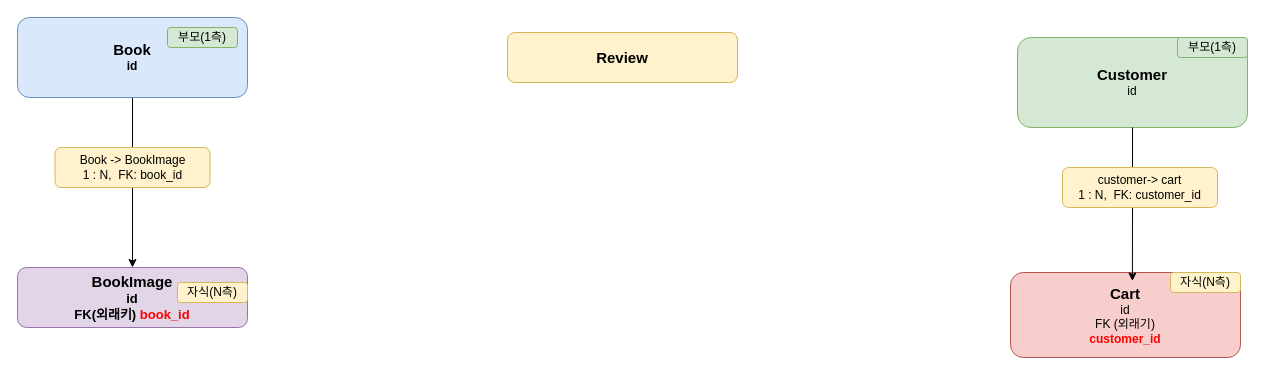
Earlier version of the draw.io diagram page "엔티티와 엔티티 관계 표시" (3 of 4) of Phase4_Spring/02_SpringNote/HomeTOP 프로젝트 가이드.drawio (jfbootcamp/jf-job-prep-bootcamp). Source tidied: cells renumbered, new cells numbered last; positions are measured from the earlier drawing's top-left corner, leaving out a move shared by most shapes. Both pictures are drawn from the tidied source at 100%, with x=0, y=0 at pixel (17, 17).
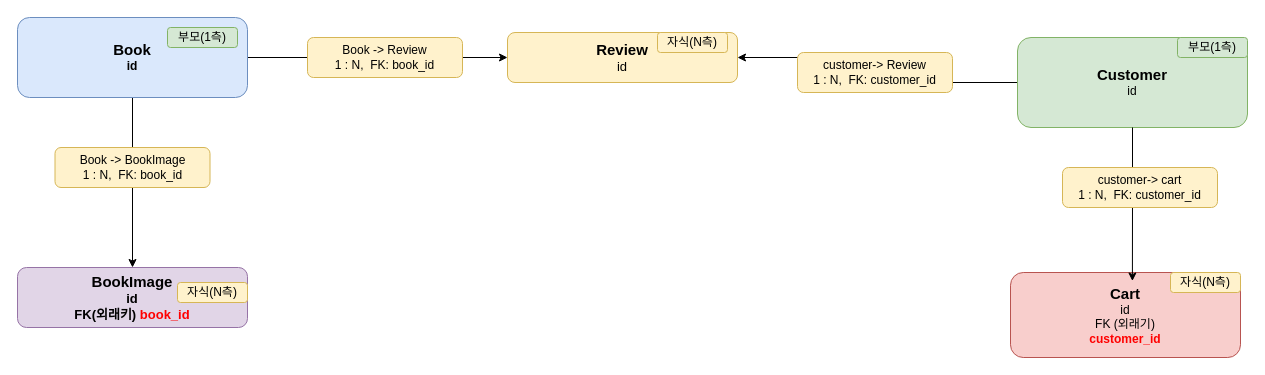
After the change.

Change to the diagram source:
```diff
@@
 <mxGraphModel>
   <root>
     <mxCell id="0" />
     <mxCell id="1" parent="0" />
     <mxCell id="2" style="edgeStyle=orthogonalEdgeStyle;rounded=0;jettySize=auto;html=1;entryX=0.5;entryY=0;entryDx=0;entryDy=0;" parent="1" edge="1" source="3" target="5">
       <mxGeometry relative="1" as="geometry" />
     </mxCell>
+    <mxCell id="15" style="edgeStyle=orthogonalEdgeStyle;rounded=0;jettySize=auto;html=1;entryX=0;entryY=0.5;entryDx=0;entryDy=0;" parent="1" edge="1" source="3" target="7">
+      <mxGeometry relative="1" as="geometry" />
+    </mxCell>
     <mxCell id="3" value="&lt;b&gt;&lt;font style=&quot;font-size: 15px;&quot;&gt;Book&lt;/font&gt;&lt;/b&gt;&lt;div&gt;&lt;b&gt;&lt;font&gt;id&lt;/font&gt;&lt;/b&gt;&lt;/div&gt;" style="rounded=1;whiteSpace=wrap;html=1;fillColor=#dae8fc;strokeColor=#6c8ebf;" parent="1" vertex="1">
       <mxGeometry width="230" height="80" as="geometry" />
     </mxCell>
+    <mxCell id="16" style="edgeStyle=orthogonalEdgeStyle;rounded=0;jettySize=auto;html=1;entryX=1;entryY=0.5;entryDx=0;entryDy=0;" parent="1" edge="1" source="4" target="7">
+      <mxGeometry relative="1" as="geometry" />
+    </mxCell>
     <mxCell id="4" value="&lt;b&gt;&lt;font style=&quot;font-size: 15px;&quot;&gt;Customer&lt;/font&gt;&lt;/b&gt;&lt;div&gt;&lt;font style=&quot;&quot;&gt;id&lt;/font&gt;&lt;/div&gt;" style="rounded=1;whiteSpace=wrap;html=1;fillColor=#d5e8d4;strokeColor=#82b366;" parent="1" vertex="1">
       <mxGeometry x="1000" y="20" width="230" height="90" as="geometry" />
     </mxCell>
     <mxCell id="5" value="&lt;b&gt;&lt;font style=&quot;font-size: 15px;&quot;&gt;BookImage&lt;/font&gt;&lt;/b&gt;&lt;div&gt;&lt;b&gt;&lt;font style=&quot;font-size: 13px;&quot;&gt;id&lt;/font&gt;&lt;/b&gt;&lt;/div&gt;&lt;div&gt;&lt;b&gt;&lt;font style=&quot;font-size: 13px;&quot;&gt;FK(외래키) &lt;font style=&quot;color: rgb(255, 0, 0);&quot;&gt;book_id&lt;/font&gt;&lt;/font&gt;&lt;/b&gt;&lt;/div&gt;" style="rounded=1;whiteSpace=wrap;html=1;fillColor=#e1d5e7;strokeColor=#9673a6;" parent="1" vertex="1">
       <mxGeometry y="250" width="230" height="60" as="geometry" />
     </mxCell>
     <mxCell id="6" value="&lt;b&gt;&lt;font style=&quot;font-size: 15px;&quot;&gt;Cart&lt;/font&gt;&lt;/b&gt;&lt;div&gt;&lt;font&gt;id&lt;/font&gt;&lt;/div&gt;&lt;div&gt;FK (외래기)&lt;/div&gt;&lt;div&gt;&lt;font style=&quot;color: rgb(255, 0, 0);&quot;&gt;&lt;b&gt;customer_id&lt;/b&gt;&lt;/font&gt;&lt;/div&gt;" style="rounded=1;whiteSpace=wrap;html=1;fillColor=#f8cecc;strokeColor=#b85450;" parent="1" vertex="1">
       <mxGeometry x="993" y="255" width="230" height="85" as="geometry" />
     </mxCell>
-    <mxCell id="7" value="&lt;b&gt;&lt;font style=&quot;font-size: 15px;&quot;&gt;Review&lt;/font&gt;&lt;/b&gt;" style="rounded=1;whiteSpace=wrap;html=1;fillColor=#fff2cc;strokeColor=#d6b656;" parent="1" vertex="1">
+    <mxCell id="7" value="&lt;b&gt;&lt;font style=&quot;font-size: 15px;&quot;&gt;Review&lt;/font&gt;&lt;/b&gt;&lt;div&gt;&lt;font style=&quot;font-size: 13px;&quot;&gt;id&lt;/font&gt;&lt;/div&gt;" style="rounded=1;whiteSpace=wrap;html=1;fillColor=#fff2cc;strokeColor=#d6b656;" parent="1" vertex="1">
       <mxGeometry x="490" y="15" width="230" height="50" as="geometry" />
     </mxCell>
     <mxCell id="8" value="부모(1측)" style="rounded=1;whiteSpace=wrap;html=1;fillColor=#d5e8d4;strokeColor=#82b366;" parent="1" vertex="1">
       <mxGeometry x="150" y="10" width="70" height="20" as="geometry" />
     </mxCell>
     <mxCell id="9" value="자식(N측)" style="rounded=1;whiteSpace=wrap;html=1;fillColor=#fff2cc;strokeColor=#d6b656;" parent="1" vertex="1">
       <mxGeometry x="160" y="265" width="70" height="20" as="geometry" />
     </mxCell>
     <mxCell id="10" value="Book -&amp;gt; BookImage&lt;div&gt;1 : N,&amp;nbsp; FK: book_id&lt;/div&gt;" style="rounded=1;whiteSpace=wrap;html=1;fillColor=#fff2cc;strokeColor=#d6b656;" parent="1" vertex="1">
       <mxGeometry x="37.5" y="130" width="155" height="40" as="geometry" />
     </mxCell>
     <mxCell id="11" value="부모(1측)" style="rounded=1;whiteSpace=wrap;html=1;fillColor=#d5e8d4;strokeColor=#82b366;" parent="1" vertex="1">
       <mxGeometry x="1160" y="20" width="70" height="20" as="geometry" />
     </mxCell>
     <mxCell id="12" value="자식(N측)" style="rounded=1;whiteSpace=wrap;html=1;fillColor=#fff2cc;strokeColor=#d6b656;" parent="1" vertex="1">
       <mxGeometry x="1153" y="255" width="70" height="20" as="geometry" />
     </mxCell>
     <mxCell id="13" style="edgeStyle=orthogonalEdgeStyle;rounded=0;jettySize=auto;html=1;entryX=0.53;entryY=0.1;entryDx=0;entryDy=0;entryPerimeter=0;" parent="1" edge="1" source="4" target="6">
       <mxGeometry relative="1" as="geometry" />
     </mxCell>
     <mxCell id="14" value="customer-&amp;gt; cart&lt;div&gt;1 : N,&amp;nbsp; FK: customer_id&lt;/div&gt;" style="rounded=1;whiteSpace=wrap;html=1;fillColor=#fff2cc;strokeColor=#d6b656;" parent="1" vertex="1">
       <mxGeometry x="1045" y="150" width="155" height="40" as="geometry" />
     </mxCell>
+    <mxCell id="17" value="자식(N측)" style="rounded=1;whiteSpace=wrap;html=1;fillColor=#fff2cc;strokeColor=#d6b656;" parent="1" vertex="1">
+      <mxGeometry x="640" y="15" width="70" height="20" as="geometry" />
+    </mxCell>
+    <mxCell id="18" value="Book -&amp;gt; Review&lt;div&gt;1 : N,&amp;nbsp; FK: book_id&lt;/div&gt;" style="rounded=1;whiteSpace=wrap;html=1;fillColor=#fff2cc;strokeColor=#d6b656;" parent="1" vertex="1">
+      <mxGeometry x="290" y="20" width="155" height="40" as="geometry" />
+    </mxCell>
+    <mxCell id="19" value="customer-&amp;gt; Review&lt;div&gt;1 : N,&amp;nbsp; FK: customer_id&lt;/div&gt;" style="rounded=1;whiteSpace=wrap;html=1;fillColor=#fff2cc;strokeColor=#d6b656;" parent="1" vertex="1">
+      <mxGeometry x="780" y="35" width="155" height="40" as="geometry" />
+    </mxCell>
   </root>
 </mxGraphModel>
```
